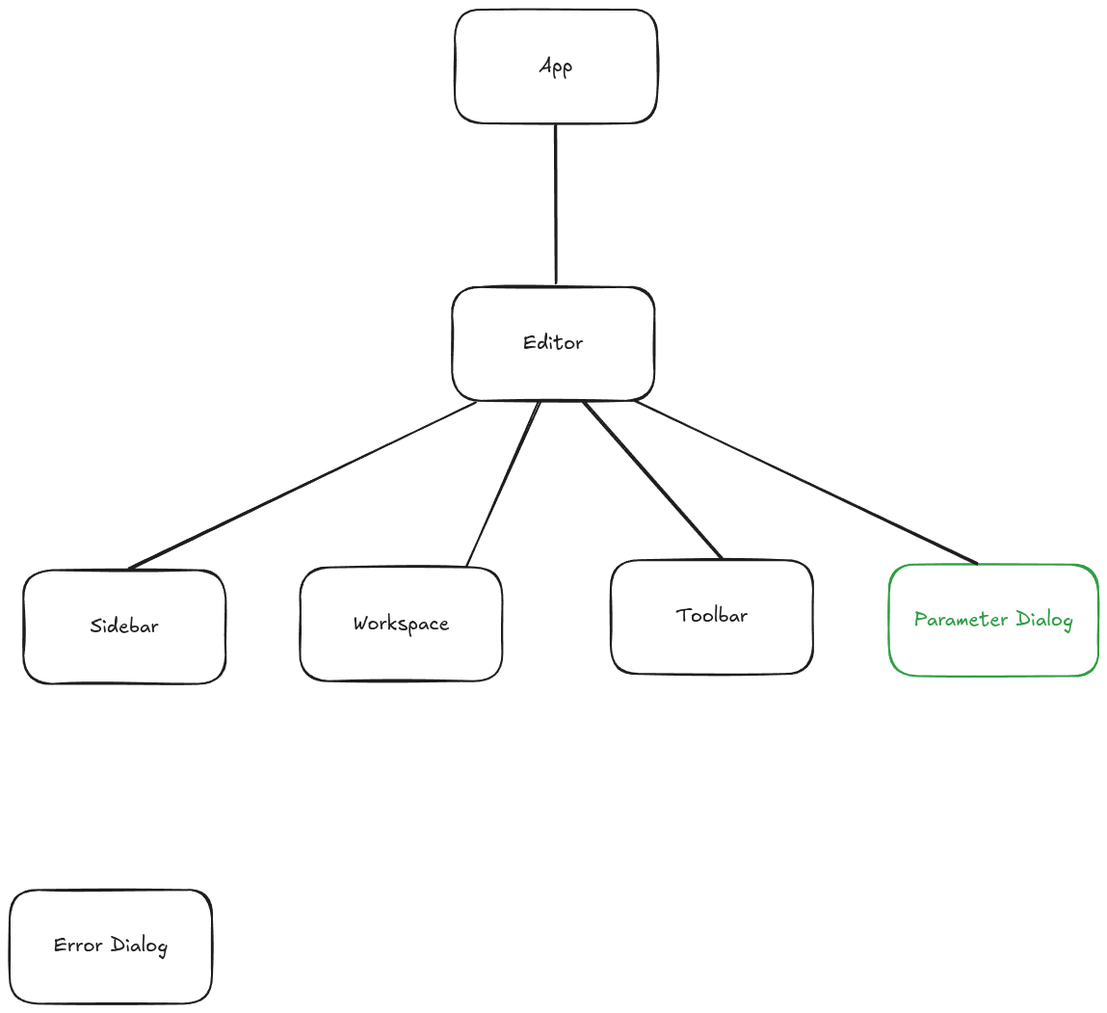
Earlier version of the Excalidraw export beetry-editor-frontend/docs/component_tree.excalidraw.png (skullim/beetry). Source tidied: one line per element, renumbered; positions are measured from the earlier drawing's top-left corner, leaving out a move shared by most shapes. The source it was exported from:
```json
{"id": 0, "type": "rectangle", "strokeColor": "#1e1e1e", "strokeWidth": 2, "roughness": 1, "round": true, "x": 459, "y": 288, "width": 210, "height": 118}
{"id": 1, "type": "text", "text": "Editor", "strokeColor": "#1e1e1e", "strokeWidth": 2, "roughness": 1, "fontSize": 20, "fontFamily": 5, "textAlign": "center", "verticalAlign": "middle", "inside": 0, "x": 533, "y": 334, "width": 62, "height": 25}
{"id": 2, "type": "rectangle", "strokeColor": "#1e1e1e", "strokeWidth": 2, "roughness": 1, "round": true, "x": 301, "y": 579, "width": 210, "height": 118}
{"id": 3, "type": "text", "text": "Workspace", "strokeColor": "#1e1e1e", "strokeWidth": 2, "roughness": 1, "fontSize": 20, "fontFamily": 5, "textAlign": "center", "verticalAlign": "middle", "inside": 2, "x": 356, "y": 625, "width": 100, "height": 25}
{"id": 4, "type": "rectangle", "strokeColor": "#1e1e1e", "strokeWidth": 2, "roughness": 1, "round": true, "x": 14, "y": 582, "width": 210, "height": 118}
{"id": 5, "type": "text", "text": "Sidebar", "strokeColor": "#1e1e1e", "strokeWidth": 2, "roughness": 1, "fontSize": 20, "fontFamily": 5, "textAlign": "center", "verticalAlign": "middle", "inside": 4, "x": 84, "y": 628, "width": 71, "height": 25}
{"id": 6, "type": "rectangle", "strokeColor": "#1e1e1e", "strokeWidth": 2, "roughness": 1, "round": true, "x": 0, "y": 913, "width": 210, "height": 118}
{"id": 7, "type": "text", "text": "Error Dialog", "strokeColor": "#1e1e1e", "strokeWidth": 2, "roughness": 1, "fontSize": 20, "fontFamily": 5, "textAlign": "center", "verticalAlign": "middle", "inside": 6, "x": 46, "y": 960, "width": 118, "height": 25}
{"id": 8, "type": "rectangle", "strokeColor": "#1e1e1e", "strokeWidth": 2, "roughness": 1, "round": true, "x": 624, "y": 571, "width": 210, "height": 118}
{"id": 9, "type": "text", "text": "Toolbar", "strokeColor": "#1e1e1e", "strokeWidth": 2, "roughness": 1, "fontSize": 20, "fontFamily": 5, "textAlign": "center", "verticalAlign": "middle", "inside": 8, "x": 692, "y": 618, "width": 75, "height": 25}
{"id": 10, "type": "rectangle", "strokeColor": "#2f9e44", "strokeWidth": 2, "roughness": 1, "round": true, "x": 913, "y": 576, "width": 217, "height": 116}
{"id": 11, "type": "text", "text": "Parameter Dialog", "strokeColor": "#2f9e44", "strokeWidth": 2, "roughness": 1, "fontSize": 20, "fontFamily": 5, "textAlign": "center", "verticalAlign": "middle", "inside": 10, "x": 939, "y": 621, "width": 165, "height": 25}
{"id": 12, "type": "arrow", "strokeColor": "#1e1e1e", "strokeWidth": 2, "roughness": 1, "round": true, "from": 0, "to": 2, "x": 550, "y": 406, "width": 75, "height": 171, "points": [[0, 0], [-75, 171]]}
{"id": 13, "type": "arrow", "strokeColor": "#1e1e1e", "strokeWidth": 2, "roughness": 1, "round": true, "from": 0, "to": 10, "x": 648, "y": 406, "width": 356, "height": 168, "points": [[0, 0], [356, 168]]}
{"id": 14, "type": "arrow", "strokeColor": "#1e1e1e", "strokeWidth": 2, "roughness": 1, "round": true, "from": 0, "to": 4, "x": 483, "y": 407, "width": 360, "height": 174, "points": [[0, 0], [-360, 174]]}
{"id": 15, "type": "arrow", "strokeColor": "#1e1e1e", "strokeWidth": 2, "roughness": 1, "round": true, "from": 0, "to": 8, "x": 595, "y": 406, "width": 145, "height": 163, "points": [[0, 0], [145, 163]]}
{"id": 16, "type": "rectangle", "strokeColor": "#1e1e1e", "strokeWidth": 2, "roughness": 1, "round": true, "x": 462, "y": 0, "width": 210, "height": 118}
{"id": 17, "type": "text", "text": "App", "strokeColor": "#1e1e1e", "strokeWidth": 2, "roughness": 1, "fontSize": 20, "fontFamily": 5, "textAlign": "center", "verticalAlign": "middle", "inside": 16, "x": 550, "y": 46, "width": 35, "height": 25}
{"id": 18, "type": "arrow", "strokeColor": "#1e1e1e", "strokeWidth": 2, "roughness": 1, "round": true, "from": 16, "to": 0, "x": 567, "y": 119, "width": 0, "height": 165, "points": [[0, 0], [0, 165]]}
```
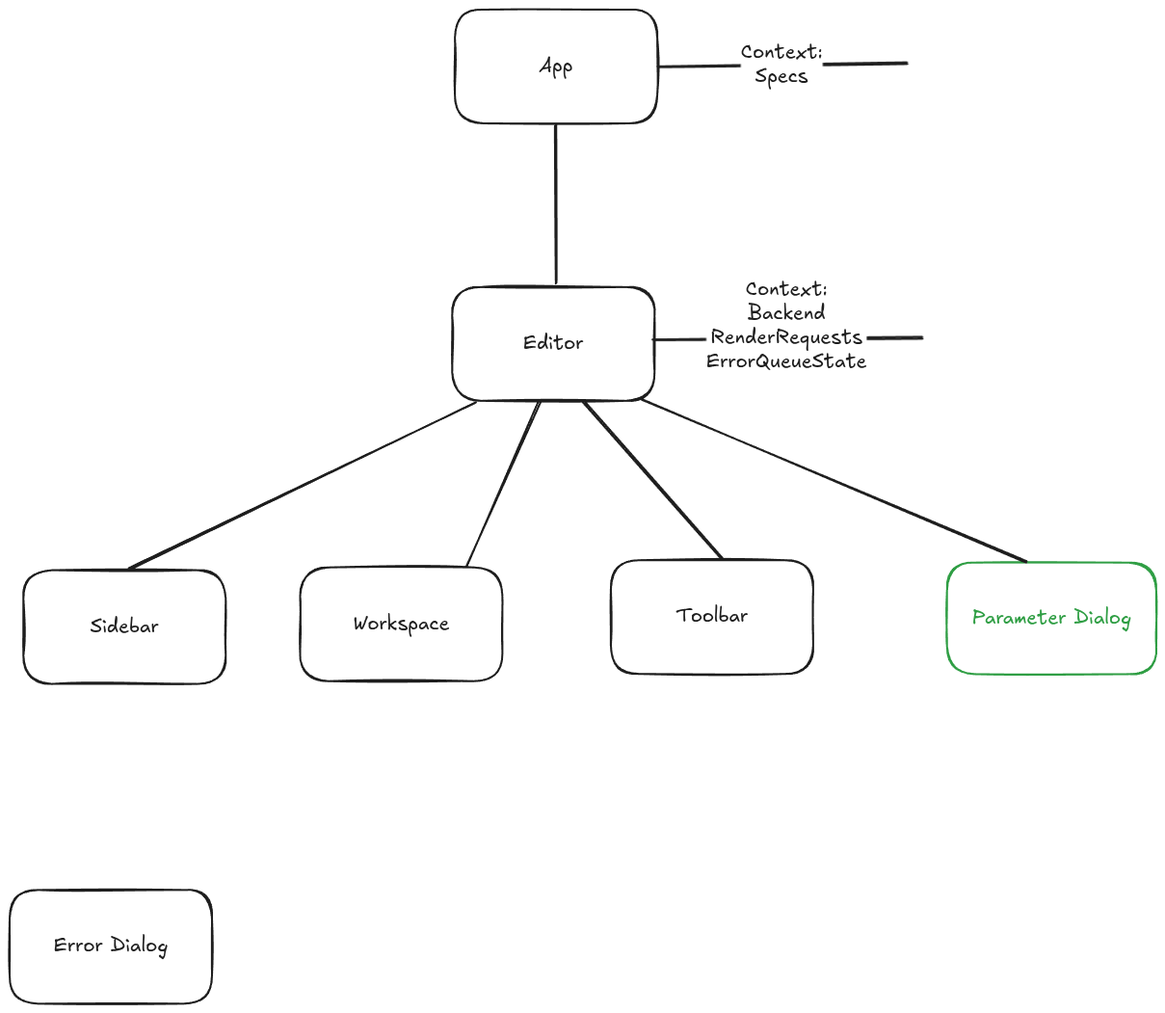
After the change.

The edit, as a diff of the source:
```diff
@@ -8,12 +8,16 @@
 {"id": 7, "type": "text", "text": "Error Dialog", "strokeColor": "#1e1e1e", "strokeWidth": 2, "roughness": 1, "fontSize": 20, "fontFamily": 5, "textAlign": "center", "verticalAlign": "middle", "inside": 6, "x": 46, "y": 960, "width": 118, "height": 25}
 {"id": 8, "type": "rectangle", "strokeColor": "#1e1e1e", "strokeWidth": 2, "roughness": 1, "round": true, "x": 624, "y": 571, "width": 210, "height": 118}
 {"id": 9, "type": "text", "text": "Toolbar", "strokeColor": "#1e1e1e", "strokeWidth": 2, "roughness": 1, "fontSize": 20, "fontFamily": 5, "textAlign": "center", "verticalAlign": "middle", "inside": 8, "x": 692, "y": 618, "width": 75, "height": 25}
-{"id": 10, "type": "rectangle", "strokeColor": "#2f9e44", "strokeWidth": 2, "roughness": 1, "round": true, "x": 913, "y": 576, "width": 217, "height": 116}
+{"id": 10, "type": "rectangle", "strokeColor": "#2f9e44", "strokeWidth": 2, "roughness": 1, "round": true, "x": 973, "y": 574, "width": 217, "height": 116}
-{"id": 11, "type": "text", "text": "Parameter Dialog", "strokeColor": "#2f9e44", "strokeWidth": 2, "roughness": 1, "fontSize": 20, "fontFamily": 5, "textAlign": "center", "verticalAlign": "middle", "inside": 10, "x": 939, "y": 621, "width": 165, "height": 25}
+{"id": 11, "type": "text", "text": "Parameter Dialog", "strokeColor": "#2f9e44", "strokeWidth": 2, "roughness": 1, "fontSize": 20, "fontFamily": 5, "textAlign": "center", "verticalAlign": "middle", "inside": 10, "x": 999, "y": 619, "width": 165, "height": 25}
 {"id": 12, "type": "arrow", "strokeColor": "#1e1e1e", "strokeWidth": 2, "roughness": 1, "round": true, "from": 0, "to": 2, "x": 550, "y": 406, "width": 75, "height": 171, "points": [[0, 0], [-75, 171]]}
-{"id": 13, "type": "arrow", "strokeColor": "#1e1e1e", "strokeWidth": 2, "roughness": 1, "round": true, "from": 0, "to": 10, "x": 648, "y": 406, "width": 356, "height": 168, "points": [[0, 0], [356, 168]]}
+{"id": 13, "type": "arrow", "strokeColor": "#1e1e1e", "strokeWidth": 2, "roughness": 1, "round": true, "from": 0, "to": 10, "x": 654, "y": 404, "width": 400, "height": 168, "points": [[0, 0], [400, 168]]}
 {"id": 14, "type": "arrow", "strokeColor": "#1e1e1e", "strokeWidth": 2, "roughness": 1, "round": true, "from": 0, "to": 4, "x": 483, "y": 407, "width": 360, "height": 174, "points": [[0, 0], [-360, 174]]}
 {"id": 15, "type": "arrow", "strokeColor": "#1e1e1e", "strokeWidth": 2, "roughness": 1, "round": true, "from": 0, "to": 8, "x": 595, "y": 406, "width": 145, "height": 163, "points": [[0, 0], [145, 163]]}
 {"id": 16, "type": "rectangle", "strokeColor": "#1e1e1e", "strokeWidth": 2, "roughness": 1, "round": true, "x": 462, "y": 0, "width": 210, "height": 118}
 {"id": 17, "type": "text", "text": "App", "strokeColor": "#1e1e1e", "strokeWidth": 2, "roughness": 1, "fontSize": 20, "fontFamily": 5, "textAlign": "center", "verticalAlign": "middle", "inside": 16, "x": 550, "y": 46, "width": 35, "height": 25}
 {"id": 18, "type": "arrow", "strokeColor": "#1e1e1e", "strokeWidth": 2, "roughness": 1, "round": true, "from": 16, "to": 0, "x": 567, "y": 119, "width": 0, "height": 165, "points": [[0, 0], [0, 165]]}
+{"id": 19, "type": "arrow", "strokeColor": "#1e1e1e", "strokeWidth": 2, "roughness": 1, "round": true, "from": 16, "x": 673, "y": 59, "width": 258, "height": 4, "points": [[0, 0], [258, -4]]}
+{"id": 20, "type": "text", "text": "Context:\nSpecs", "strokeColor": "#1e1e1e", "strokeWidth": 2, "roughness": 1, "fontSize": 20, "fontFamily": 5, "textAlign": "center", "verticalAlign": "middle", "inside": 19, "x": 759, "y": 32, "width": 85, "height": 50}
+{"id": 21, "type": "arrow", "strokeColor": "#1e1e1e", "strokeWidth": 2, "roughness": 1, "round": true, "from": 0, "x": 667, "y": 341, "width": 279, "height": 1, "points": [[0, 0], [279, -1]]}
+{"id": 22, "type": "text", "text": "Context:\nBackend\nRenderRequests\nErrorQueueState\n", "strokeColor": "#1e1e1e", "strokeWidth": 2, "roughness": 1, "fontSize": 20, "fontFamily": 5, "textAlign": "center", "verticalAlign": "middle", "inside": 21, "x": 723, "y": 278, "width": 166, "height": 125}
```
